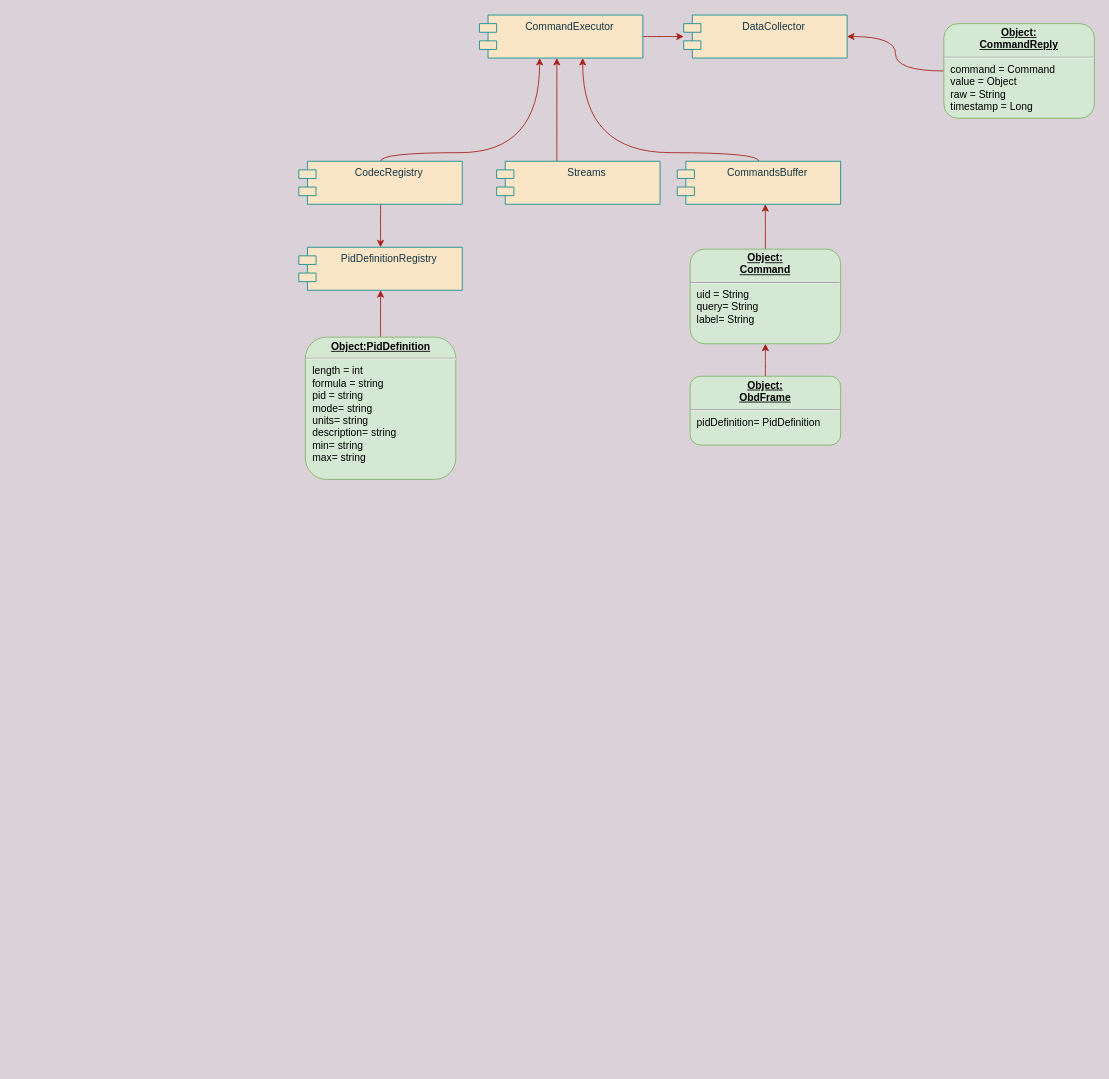
The draw.io diagram src/main/resources/design.drawio in tzebrowski/ObdMetrics, before the edit. Source tidied: cells renumbered, new cells numbered last; positions are measured from the earlier drawing's top-left corner, leaving out a move shared by most shapes. Both pictures are drawn from the tidied source at 86%, with x=0, y=0 at pixel (298, 15).
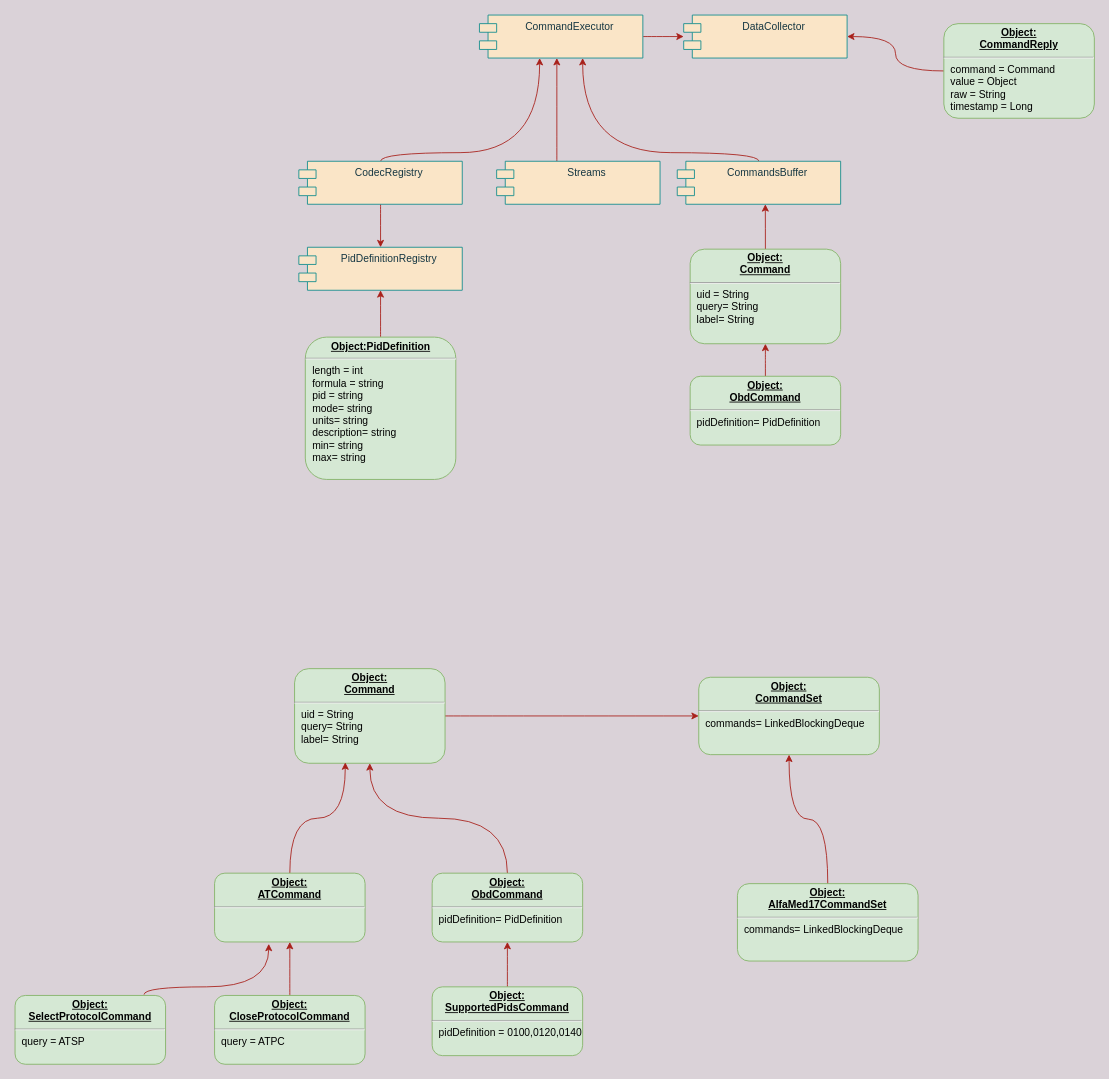
The same diagram, later.

Change to the diagram source:
```diff
@@
-    <mxCell id="16" value="&lt;p style=&quot;margin: 0px ; margin-top: 4px ; text-align: center ; text-decoration: underline&quot;&gt;&lt;b&gt;Object:&lt;/b&gt;&lt;/p&gt;&lt;div style=&quot;text-align: center&quot;&gt;&lt;span&gt;&lt;b&gt;&lt;u&gt;ObdFrame&lt;/u&gt;&lt;/b&gt;&lt;/span&gt;&lt;/div&gt;&lt;hr&gt;&lt;p style=&quot;margin: 0px ; margin-left: 8px&quot;&gt;pidDefinition= PidDefinition&lt;br&gt;&lt;/p&gt;" style="verticalAlign=top;align=left;overflow=fill;fontSize=12;fontFamily=Helvetica;html=1;fillColor=#d5e8d4;strokeColor=#82b366;rounded=1;" parent="1" vertex="1">
+    <mxCell id="16" value="&lt;p style=&quot;margin: 0px ; margin-top: 4px ; text-align: center ; text-decoration: underline&quot;&gt;&lt;b&gt;Object:&lt;/b&gt;&lt;/p&gt;&lt;div style=&quot;text-align: center&quot;&gt;&lt;b&gt;&lt;u&gt;ObdCommand&lt;/u&gt;&lt;/b&gt;&lt;br&gt;&lt;/div&gt;&lt;hr&gt;&lt;p style=&quot;margin: 0px ; margin-left: 8px&quot;&gt;pidDefinition= PidDefinition&lt;br&gt;&lt;/p&gt;" style="verticalAlign=top;align=left;overflow=fill;fontSize=12;fontFamily=Helvetica;html=1;fillColor=#d5e8d4;strokeColor=#82b366;rounded=1;" parent="1" vertex="1">
       <mxGeometry x="455" y="420" width="175" height="80" as="geometry" />
     </mxCell>
@@
+    <mxCell id="21" style="edgeStyle=orthogonalEdgeStyle;jettySize=auto;html=1;entryX=0.5;entryY=1;entryDx=0;entryDy=0;strokeColor=#A8201A;fontColor=#143642;labelBackgroundColor=#DAD2D8;curved=1;" parent="1" edge="1" source="22" target="24">
+      <mxGeometry relative="1" as="geometry" />
+    </mxCell>
+    <mxCell id="22" value="&lt;p style=&quot;margin: 0px ; margin-top: 4px ; text-align: center ; text-decoration: underline&quot;&gt;&lt;b&gt;Object:&lt;/b&gt;&lt;/p&gt;&lt;div style=&quot;text-align: center&quot;&gt;&lt;b&gt;&lt;u&gt;ObdCommand&lt;/u&gt;&lt;/b&gt;&lt;br&gt;&lt;/div&gt;&lt;hr&gt;&lt;p style=&quot;margin: 0px ; margin-left: 8px&quot;&gt;pidDefinition= PidDefinition&lt;br&gt;&lt;/p&gt;" style="verticalAlign=top;align=left;overflow=fill;fontSize=12;fontFamily=Helvetica;html=1;fillColor=#d5e8d4;strokeColor=#82b366;rounded=1;" parent="1" vertex="1">
+      <mxGeometry x="155" y="997.8" width="175" height="80" as="geometry" />
+    </mxCell>
+    <mxCell id="23" style="edgeStyle=orthogonalEdgeStyle;curved=1;jettySize=auto;html=1;entryX=0;entryY=0.5;entryDx=0;entryDy=0;strokeColor=#A8201A;" parent="1" edge="1" source="24" target="33">
+      <mxGeometry relative="1" as="geometry" />
+    </mxCell>
+    <mxCell id="24" value="&lt;p style=&quot;margin: 0px ; margin-top: 4px ; text-align: center ; text-decoration: underline&quot;&gt;&lt;b&gt;Object:&lt;/b&gt;&lt;/p&gt;&lt;div style=&quot;text-align: center&quot;&gt;&lt;b&gt;&lt;u&gt;Command&lt;/u&gt;&lt;/b&gt;&lt;br&gt;&lt;/div&gt;&lt;hr&gt;&lt;p style=&quot;margin: 0px ; margin-left: 8px&quot;&gt;uid = String&lt;/p&gt;&lt;p style=&quot;margin: 0px ; margin-left: 8px&quot;&gt;query= String&lt;/p&gt;&lt;p style=&quot;margin: 0px ; margin-left: 8px&quot;&gt;label= String&lt;/p&gt;&lt;p style=&quot;margin: 0px 0px 0px 8px&quot;&gt;&lt;br&gt;&lt;/p&gt;&lt;p style=&quot;margin: 0px 0px 0px 8px&quot;&gt;&lt;br&gt;&lt;/p&gt;" style="verticalAlign=top;align=left;overflow=fill;fontSize=12;fontFamily=Helvetica;html=1;fillColor=#d5e8d4;strokeColor=#82b366;rounded=1;" parent="1" vertex="1">
+      <mxGeometry x="-5" y="760" width="175" height="110" as="geometry" />
+    </mxCell>
+    <mxCell id="25" style="edgeStyle=orthogonalEdgeStyle;jettySize=auto;html=1;entryX=0.337;entryY=0.991;entryDx=0;entryDy=0;entryPerimeter=0;curved=1;strokeColor=#A8201A;" parent="1" edge="1" source="26" target="24">
+      <mxGeometry relative="1" as="geometry" />
+    </mxCell>
+    <mxCell id="26" value="&lt;p style=&quot;margin: 0px ; margin-top: 4px ; text-align: center ; text-decoration: underline&quot;&gt;&lt;b&gt;Object:&lt;/b&gt;&lt;/p&gt;&lt;div style=&quot;text-align: center&quot;&gt;&lt;b&gt;&lt;u&gt;ATCommand&lt;/u&gt;&lt;/b&gt;&lt;br&gt;&lt;/div&gt;&lt;hr&gt;&lt;p style=&quot;margin: 0px ; margin-left: 8px&quot;&gt;&lt;br&gt;&lt;/p&gt;" style="verticalAlign=top;align=left;overflow=fill;fontSize=12;fontFamily=Helvetica;html=1;fillColor=#d5e8d4;strokeColor=#82b366;rounded=1;" parent="1" vertex="1">
+      <mxGeometry x="-98" y="997.8" width="175" height="80" as="geometry" />
+    </mxCell>
+    <mxCell id="27" style="edgeStyle=orthogonalEdgeStyle;curved=1;orthogonalLoop=1;jettySize=auto;html=1;strokeColor=#A8201A;exitX=0.6;exitY=-0.012;exitDx=0;exitDy=0;exitPerimeter=0;" parent="1" edge="1">
+      <mxGeometry relative="1" as="geometry">
+        <mxPoint x="-180" y="1139" as="sourcePoint" />
+        <mxPoint x="-35" y="1080" as="targetPoint" />
+        <Array as="points">
+          <mxPoint x="-180" y="1130" />
+          <mxPoint x="-35" y="1130" />
+          <mxPoint x="-35" y="1080" />
+        </Array>
+      </mxGeometry>
+    </mxCell>
+    <mxCell id="28" value="&lt;p style=&quot;margin: 0px ; margin-top: 4px ; text-align: center ; text-decoration: underline&quot;&gt;&lt;b&gt;Object:&lt;/b&gt;&lt;/p&gt;&lt;div style=&quot;text-align: center&quot;&gt;&lt;b&gt;&lt;u&gt;SelectProtocolCommand&lt;/u&gt;&lt;/b&gt;&lt;/div&gt;&lt;hr&gt;&lt;p style=&quot;margin: 0px ; margin-left: 8px&quot;&gt;query = ATSP&lt;br&gt;&lt;/p&gt;" style="verticalAlign=top;align=left;overflow=fill;fontSize=12;fontFamily=Helvetica;html=1;fillColor=#d5e8d4;strokeColor=#82b366;rounded=1;" parent="1" vertex="1">
+      <mxGeometry x="-330" y="1140" width="175" height="80" as="geometry" />
+    </mxCell>
+    <mxCell id="29" style="edgeStyle=orthogonalEdgeStyle;curved=1;jettySize=auto;html=1;strokeColor=#A8201A;" parent="1" edge="1" source="30" target="26">
+      <mxGeometry relative="1" as="geometry" />
+    </mxCell>
+    <mxCell id="30" value="&lt;p style=&quot;margin: 0px ; margin-top: 4px ; text-align: center ; text-decoration: underline&quot;&gt;&lt;b&gt;Object:&lt;/b&gt;&lt;/p&gt;&lt;div style=&quot;text-align: center&quot;&gt;&lt;b&gt;&lt;u&gt;CloseProtocolCommand&lt;/u&gt;&lt;/b&gt;&lt;/div&gt;&lt;hr&gt;&lt;p style=&quot;margin: 0px ; margin-left: 8px&quot;&gt;query = ATPC&lt;br&gt;&lt;/p&gt;" style="verticalAlign=top;align=left;overflow=fill;fontSize=12;fontFamily=Helvetica;html=1;fillColor=#d5e8d4;strokeColor=#82b366;rounded=1;" parent="1" vertex="1">
+      <mxGeometry x="-98" y="1140" width="175" height="80" as="geometry" />
+    </mxCell>
+    <mxCell id="31" style="edgeStyle=orthogonalEdgeStyle;curved=1;jettySize=auto;html=1;entryX=0.5;entryY=1;entryDx=0;entryDy=0;strokeColor=#A8201A;" parent="1" edge="1" source="32" target="22">
+      <mxGeometry relative="1" as="geometry" />
+    </mxCell>
+    <mxCell id="32" value="&lt;p style=&quot;margin: 4px 0px 0px ; text-align: center ; text-decoration: underline&quot;&gt;&lt;b&gt;Object:&lt;/b&gt;&lt;/p&gt;&lt;div style=&quot;text-align: center&quot;&gt;&lt;b&gt;&lt;u&gt;SupportedPidsCommand&lt;/u&gt;&lt;/b&gt;&lt;br&gt;&lt;/div&gt;&lt;hr&gt;&lt;p style=&quot;margin: 0px ; margin-left: 8px&quot;&gt;pidDefinition = 0100,0120,0140&lt;br&gt;&lt;/p&gt;" style="verticalAlign=top;align=left;overflow=fill;fontSize=12;fontFamily=Helvetica;html=1;fillColor=#d5e8d4;strokeColor=#82b366;rounded=1;" parent="1" vertex="1">
+      <mxGeometry x="155" y="1130" width="175" height="80" as="geometry" />
+    </mxCell>
+    <mxCell id="33" value="&lt;p style=&quot;margin: 0px ; margin-top: 4px ; text-align: center ; text-decoration: underline&quot;&gt;&lt;b&gt;Object:&lt;/b&gt;&lt;/p&gt;&lt;div style=&quot;text-align: center&quot;&gt;&lt;b&gt;&lt;u&gt;CommandSet&lt;/u&gt;&lt;/b&gt;&lt;/div&gt;&lt;hr&gt;&lt;p style=&quot;margin: 0px ; margin-left: 8px&quot;&gt;commands=&amp;nbsp;LinkedBlockingDeque&lt;br&gt;&lt;/p&gt;" style="verticalAlign=top;align=left;overflow=fill;fontSize=12;fontFamily=Helvetica;html=1;fillColor=#d5e8d4;strokeColor=#82b366;rounded=1;" parent="1" vertex="1">
+      <mxGeometry x="465" y="770" width="210" height="90" as="geometry" />
+    </mxCell>
+    <mxCell id="34" style="edgeStyle=orthogonalEdgeStyle;curved=1;jettySize=auto;html=1;entryX=0.5;entryY=1;entryDx=0;entryDy=0;strokeColor=#A8201A;" parent="1" edge="1" source="35" target="33">
+      <mxGeometry relative="1" as="geometry" />
+    </mxCell>
+    <mxCell id="35" value="&lt;p style=&quot;margin: 0px ; margin-top: 4px ; text-align: center ; text-decoration: underline&quot;&gt;&lt;b&gt;Object:&lt;/b&gt;&lt;/p&gt;&lt;div style=&quot;text-align: center&quot;&gt;&lt;b&gt;&lt;u&gt;AlfaMed17CommandSet&lt;/u&gt;&lt;/b&gt;&lt;br&gt;&lt;/div&gt;&lt;hr&gt;&lt;p style=&quot;margin: 0px ; margin-left: 8px&quot;&gt;commands=&amp;nbsp;LinkedBlockingDeque&lt;br&gt;&lt;/p&gt;" style="verticalAlign=top;align=left;overflow=fill;fontSize=12;fontFamily=Helvetica;html=1;fillColor=#d5e8d4;strokeColor=#82b366;rounded=1;" parent="1" vertex="1">
+      <mxGeometry x="510" y="1010" width="210" height="90" as="geometry" />
+    </mxCell>
```
